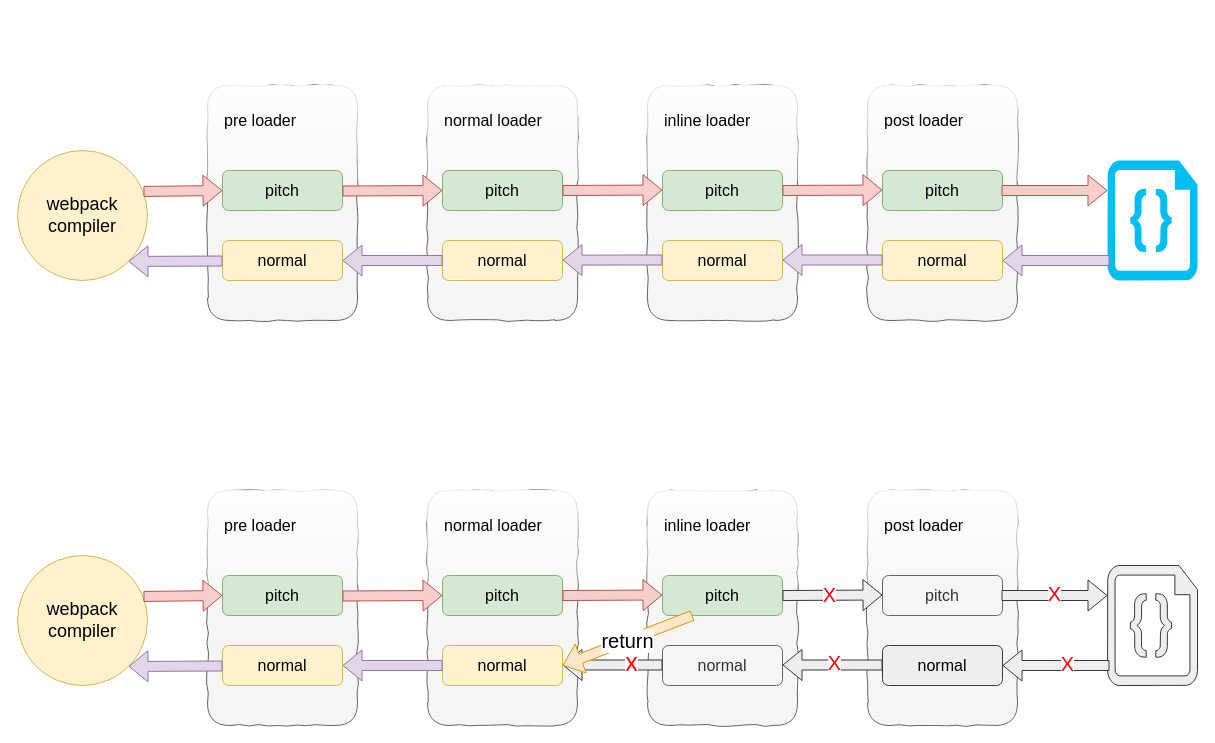
The draw.io diagram page "Page-1" (1 of 3) of docs/notes/webpack/images/webpack-loader.drawio in Rain120/study-notes, before the edit. Source tidied: cells renumbered, new cells numbered last; positions are measured from the earlier drawing's top-left corner, leaving out a move shared by most shapes. Both pictures are drawn from the tidied source at 100%, with x=0, y=0 at pixel (17, 85).
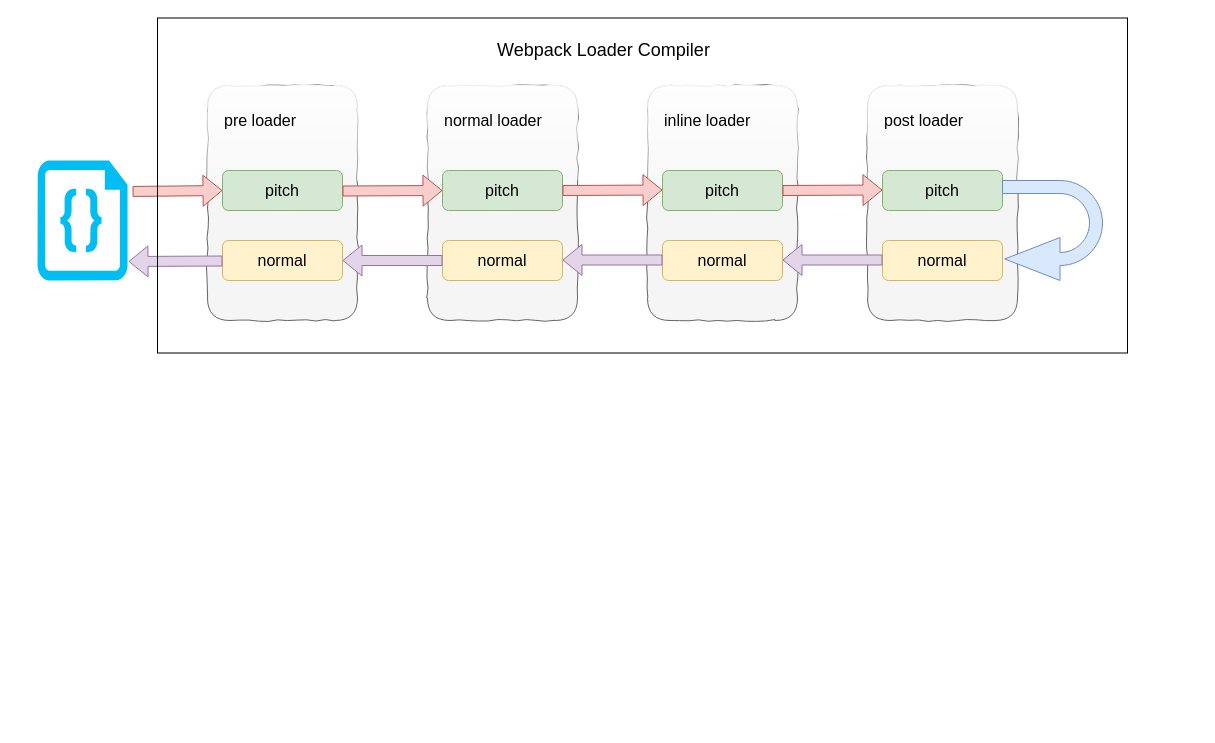
After the change.

Commit message (it also covers changes not shown here):
update: webpack loader

Unchanged cells that the change refers to:
```xml
<mxCell id="6" value="&lt;span style=&quot;font-size: 16px ; white-space: normal&quot;&gt;pitch&lt;/span&gt;" style="rounded=1;whiteSpace=wrap;html=1;fillColor=#d5e8d4;strokeColor=#82b366;" parent="1" vertex="1">
  <mxGeometry x="205" y="85" width="120" height="40" as="geometry" />
</mxCell>
```

The edit, as a diff of the source:
```diff
@@
-    <mxCell id="2" value="&lt;font style=&quot;font-size: 18px&quot;&gt;webpack&lt;br&gt;compiler&lt;/font&gt;" style="ellipse;whiteSpace=wrap;html=1;fillColor=#fff2cc;strokeColor=#d6b656;" parent="1" vertex="1">
-      <mxGeometry y="65" width="130" height="130" as="geometry" />
-    </mxCell>
@@
     <mxCell id="11" style="verticalLabelPosition=bottom;html=1;verticalAlign=top;align=center;strokeColor=none;fillColor=#00BEF2;shape=mxgraph.azure.code_file;" parent="1" vertex="1">
-      <mxGeometry x="1090" y="75" width="90" height="120" as="geometry" />
+      <mxGeometry x="20" y="75" width="90" height="120" as="geometry" />
     </mxCell>
@@
-    <mxCell id="20" style="shape=flexArrow;endArrow=classic;html=1;entryX=0;entryY=0.5;entryDx=0;entryDy=0;exitX=0.969;exitY=0.315;exitDx=0;exitDy=0;exitPerimeter=0;fillColor=#f8cecc;strokeColor=#b85450;" parent="1" edge="1" source="2" target="6">
+    <mxCell id="20" style="shape=flexArrow;endArrow=classic;html=1;entryX=0;entryY=0.5;entryDx=0;entryDy=0;exitX=1.056;exitY=0.258;exitDx=0;exitDy=0;exitPerimeter=0;fillColor=#f8cecc;strokeColor=#b85450;" parent="1" edge="1" source="11" target="6">
       <mxGeometry relative="1" as="geometry" />
     </mxCell>
@@
-    <mxCell id="24" style="shape=flexArrow;endArrow=classic;html=1;exitX=0.969;exitY=0.315;exitDx=0;exitDy=0;exitPerimeter=0;fillColor=#f8cecc;strokeColor=#b85450;" parent="1" edge="1">
-      <mxGeometry relative="1" as="geometry">
-        <mxPoint x="984" y="105" as="sourcePoint" />
-        <mxPoint x="1090" y="105" as="targetPoint" />
-      </mxGeometry>
-    </mxCell>
-    <mxCell id="25" style="shape=flexArrow;endArrow=classic;html=1;exitX=0.969;exitY=0.315;exitDx=0;exitDy=0;exitPerimeter=0;entryX=1;entryY=1;entryDx=0;entryDy=0;fillColor=#e1d5e7;strokeColor=#9673a6;" parent="1" edge="1" target="2">
+    <mxCell id="25" style="shape=flexArrow;endArrow=classic;html=1;exitX=0.969;exitY=0.315;exitDx=0;exitDy=0;exitPerimeter=0;entryX=1;entryY=1;entryDx=0;entryDy=0;fillColor=#e1d5e7;strokeColor=#9673a6;" parent="1" edge="1">
       <mxGeometry relative="1" as="geometry">
         <mxPoint x="205" y="175.5" as="sourcePoint" />
+        <mxPoint x="111" y="176" as="targetPoint" />
       </mxGeometry>
     </mxCell>
@@
     <mxCell id="27" style="shape=flexArrow;endArrow=classic;html=1;entryX=1;entryY=0.5;entryDx=0;entryDy=0;exitX=0.969;exitY=0.315;exitDx=0;exitDy=0;exitPerimeter=0;fillColor=#e1d5e7;strokeColor=#9673a6;" parent="1" edge="1">
       <mxGeometry relative="1" as="geometry">
         <mxPoint x="645" y="174.5" as="sourcePoint" />
-        <mxPoint x="545" y="174.6" as="targetPoint" />
+        <mxPoint x="545" y="174.5" as="targetPoint" />
       </mxGeometry>
     </mxCell>
@@
-    <mxCell id="29" style="shape=flexArrow;endArrow=classic;html=1;entryX=1;entryY=0.5;entryDx=0;entryDy=0;fillColor=#e1d5e7;strokeColor=#9673a6;" parent="1" edge="1">
-      <mxGeometry relative="1" as="geometry">
-        <mxPoint x="1092" y="175" as="sourcePoint" />
-        <mxPoint x="985" y="175" as="targetPoint" />
-      </mxGeometry>
-    </mxCell>
-    <mxCell id="30" value="&lt;font style=&quot;font-size: 18px&quot;&gt;webpack&lt;br&gt;compiler&lt;/font&gt;" style="ellipse;whiteSpace=wrap;html=1;fillColor=#fff2cc;strokeColor=#d6b656;" parent="1" vertex="1">
-      <mxGeometry y="470" width="130" height="130" as="geometry" />
-    </mxCell>
-    <mxCell id="31" style="rounded=1;whiteSpace=wrap;html=1;fillColor=#f5f5f5;strokeColor=#666666;fontColor=#333333;shadow=0;glass=1;comic=1;" parent="1" vertex="1">
-      <mxGeometry x="190" y="405" width="150" height="235" as="geometry" />
-    </mxCell>
-    <mxCell id="32" value="&lt;font style=&quot;font-size: 16px&quot;&gt;normal&lt;/font&gt;" style="rounded=1;whiteSpace=wrap;html=1;fillColor=#fff2cc;strokeColor=#d6b656;" parent="1" vertex="1">
-      <mxGeometry x="205" y="560" width="120" height="40" as="geometry" />
-    </mxCell>
-    <mxCell id="33" value="&lt;font style=&quot;font-size: 16px&quot;&gt;pre loader&lt;/font&gt;" style="text;html=1;strokeColor=none;fillColor=none;align=left;verticalAlign=middle;whiteSpace=wrap;rounded=0;" parent="1" vertex="1">
-      <mxGeometry x="205" y="430" width="105" height="20" as="geometry" />
-    </mxCell>
-    <mxCell id="34" value="&lt;span style=&quot;font-size: 16px ; white-space: normal&quot;&gt;pitch&lt;/span&gt;" style="rounded=1;whiteSpace=wrap;html=1;fillColor=#d5e8d4;strokeColor=#82b366;" parent="1" vertex="1">
-      <mxGeometry x="205" y="490" width="120" height="40" as="geometry" />
-    </mxCell>
-    <mxCell id="35" style="rounded=1;whiteSpace=wrap;html=1;fillColor=#f5f5f5;strokeColor=#666666;fontColor=#333333;shadow=0;glass=1;comic=1;" parent="1" vertex="1">
-      <mxGeometry x="410" y="405" width="150" height="235" as="geometry" />
-    </mxCell>
-    <mxCell id="36" value="&lt;span style=&quot;font-size: 16px ; white-space: normal&quot;&gt;normal&lt;/span&gt;" style="rounded=1;whiteSpace=wrap;html=1;fillColor=#fff2cc;strokeColor=#d6b656;" parent="1" vertex="1">
-      <mxGeometry x="425" y="560" width="120" height="40" as="geometry" />
-    </mxCell>
-    <mxCell id="37" value="&lt;font style=&quot;font-size: 16px&quot;&gt;normal loader&lt;/font&gt;" style="text;html=1;strokeColor=none;fillColor=none;align=left;verticalAlign=middle;whiteSpace=wrap;rounded=0;" parent="1" vertex="1">
-      <mxGeometry x="425" y="430" width="125" height="20" as="geometry" />
-    </mxCell>
-    <mxCell id="38" value="&lt;span style=&quot;font-size: 16px&quot;&gt;pitch&lt;/span&gt;" style="rounded=1;whiteSpace=wrap;html=1;fillColor=#d5e8d4;strokeColor=#82b366;" parent="1" vertex="1">
-      <mxGeometry x="425" y="490" width="120" height="40" as="geometry" />
-    </mxCell>
-    <mxCell id="39" style="verticalLabelPosition=bottom;html=1;verticalAlign=top;align=center;strokeColor=#36393d;fillColor=#eeeeee;shape=mxgraph.azure.code_file;" parent="1" vertex="1">
-      <mxGeometry x="1090" y="480" width="90" height="120" as="geometry" />
-    </mxCell>
-    <mxCell id="40" style="rounded=1;whiteSpace=wrap;html=1;fillColor=#f5f5f5;strokeColor=#666666;fontColor=#333333;shadow=0;glass=1;comic=1;" parent="1" vertex="1">
-      <mxGeometry x="630" y="405" width="150" height="235" as="geometry" />
-    </mxCell>
-    <mxCell id="41" value="&lt;span style=&quot;font-size: 16px&quot;&gt;normal&lt;/span&gt;" style="rounded=1;whiteSpace=wrap;html=1;fillColor=#f5f5f5;strokeColor=#666666;fontColor=#333333;" parent="1" vertex="1">
-      <mxGeometry x="645" y="560" width="120" height="40" as="geometry" />
-    </mxCell>
-    <mxCell id="42" value="&lt;font style=&quot;font-size: 16px&quot;&gt;inline loader&lt;/font&gt;" style="text;html=1;strokeColor=none;fillColor=none;align=left;verticalAlign=middle;whiteSpace=wrap;rounded=0;" parent="1" vertex="1">
-      <mxGeometry x="645" y="430" width="125" height="20" as="geometry" />
-    </mxCell>
-    <mxCell id="43" value="&lt;span style=&quot;font-size: 16px&quot;&gt;pitch&lt;/span&gt;" style="rounded=1;whiteSpace=wrap;html=1;fillColor=#d5e8d4;strokeColor=#82b366;" parent="1" vertex="1">
-      <mxGeometry x="645" y="490" width="120" height="40" as="geometry" />
-    </mxCell>
-    <mxCell id="44" style="rounded=1;whiteSpace=wrap;html=1;fillColor=#f5f5f5;strokeColor=#666666;fontColor=#333333;shadow=0;glass=1;comic=1;" parent="1" vertex="1">
-      <mxGeometry x="850" y="405" width="150" height="235" as="geometry" />
-    </mxCell>
-    <mxCell id="45" value="&lt;span style=&quot;font-size: 16px&quot;&gt;normal&lt;/span&gt;" style="rounded=1;whiteSpace=wrap;html=1;fillColor=#eeeeee;strokeColor=#36393d;" parent="1" vertex="1">
-      <mxGeometry x="865" y="560" width="120" height="40" as="geometry" />
-    </mxCell>
-    <mxCell id="46" value="&lt;font style=&quot;font-size: 16px&quot;&gt;post loader&lt;/font&gt;" style="text;html=1;strokeColor=none;fillColor=none;align=left;verticalAlign=middle;whiteSpace=wrap;rounded=0;" parent="1" vertex="1">
-      <mxGeometry x="865" y="430" width="125" height="20" as="geometry" />
-    </mxCell>
-    <mxCell id="47" value="&lt;span style=&quot;font-size: 16px&quot;&gt;pitch&lt;/span&gt;" style="rounded=1;whiteSpace=wrap;html=1;fillColor=#f5f5f5;strokeColor=#666666;fontColor=#333333;" parent="1" vertex="1">
-      <mxGeometry x="865" y="490" width="120" height="40" as="geometry" />
-    </mxCell>
-    <mxCell id="48" style="shape=flexArrow;endArrow=classic;html=1;entryX=0;entryY=0.5;entryDx=0;entryDy=0;exitX=0.969;exitY=0.315;exitDx=0;exitDy=0;exitPerimeter=0;fillColor=#f8cecc;strokeColor=#b85450;" parent="1" edge="1" source="30" target="34">
-      <mxGeometry relative="1" as="geometry" />
-    </mxCell>
-    <mxCell id="49" style="shape=flexArrow;endArrow=classic;html=1;entryX=0;entryY=0.5;entryDx=0;entryDy=0;exitX=0.969;exitY=0.315;exitDx=0;exitDy=0;exitPerimeter=0;fillColor=#f8cecc;strokeColor=#b85450;" parent="1" edge="1" target="38">
-      <mxGeometry relative="1" as="geometry">
-        <mxPoint x="325" y="510.5" as="sourcePoint" />
-      </mxGeometry>
-    </mxCell>
-    <mxCell id="50" style="shape=flexArrow;endArrow=classic;html=1;entryX=0;entryY=0.5;entryDx=0;entryDy=0;exitX=0.969;exitY=0.315;exitDx=0;exitDy=0;exitPerimeter=0;fillColor=#f8cecc;strokeColor=#b85450;" parent="1" edge="1">
-      <mxGeometry relative="1" as="geometry">
-        <mxPoint x="545" y="510" as="sourcePoint" />
-        <mxPoint x="645" y="509.5" as="targetPoint" />
-      </mxGeometry>
-    </mxCell>
-    <mxCell id="51" style="shape=flexArrow;endArrow=classic;html=1;entryX=0;entryY=0.5;entryDx=0;entryDy=0;exitX=0.969;exitY=0.315;exitDx=0;exitDy=0;exitPerimeter=0;fillColor=#eeeeee;strokeColor=#36393d;" parent="1" edge="1">
-      <mxGeometry relative="1" as="geometry">
-        <mxPoint x="765" y="510" as="sourcePoint" />
-        <mxPoint x="865" y="509.5" as="targetPoint" />
-      </mxGeometry>
-    </mxCell>
-    <mxCell id="52" value="&lt;font style=&quot;font-size: 20px&quot; color=&quot;#ff0000&quot;&gt;X&lt;/font&gt;" style="text;html=1;align=center;verticalAlign=middle;labelBackgroundColor=#ffffff;" parent="51" vertex="1">
-      <mxGeometry x="-0.07" y="1" relative="1" as="geometry" />
-    </mxCell>
-    <mxCell id="53" style="shape=flexArrow;endArrow=classic;html=1;exitX=0.969;exitY=0.315;exitDx=0;exitDy=0;exitPerimeter=0;fillColor=#eeeeee;strokeColor=#36393d;" parent="1" edge="1">
-      <mxGeometry relative="1" as="geometry">
-        <mxPoint x="984" y="510" as="sourcePoint" />
-        <mxPoint x="1090" y="510" as="targetPoint" />
-      </mxGeometry>
-    </mxCell>
-    <mxCell id="54" value="&lt;font style=&quot;font-size: 20px&quot; color=&quot;#ff0000&quot;&gt;X&lt;/font&gt;" style="text;html=1;align=center;verticalAlign=middle;labelBackgroundColor=#ffffff;" parent="53" vertex="1">
-      <mxGeometry x="-0.04" y="3" relative="1" as="geometry">
-        <mxPoint x="1" as="offset" />
-      </mxGeometry>
-    </mxCell>
-    <mxCell id="55" style="shape=flexArrow;endArrow=classic;html=1;exitX=0.969;exitY=0.315;exitDx=0;exitDy=0;exitPerimeter=0;entryX=1;entryY=1;entryDx=0;entryDy=0;fillColor=#e1d5e7;strokeColor=#9673a6;" parent="1" edge="1" target="30">
-      <mxGeometry relative="1" as="geometry">
-        <mxPoint x="205" y="580.5" as="sourcePoint" />
-      </mxGeometry>
-    </mxCell>
-    <mxCell id="56" style="shape=flexArrow;endArrow=classic;html=1;entryX=1;entryY=0.5;entryDx=0;entryDy=0;exitX=0.969;exitY=0.315;exitDx=0;exitDy=0;exitPerimeter=0;fillColor=#e1d5e7;strokeColor=#9673a6;" parent="1" edge="1" target="32">
-      <mxGeometry relative="1" as="geometry">
-        <mxPoint x="425" y="580" as="sourcePoint" />
-      </mxGeometry>
-    </mxCell>
-    <mxCell id="57" style="shape=flexArrow;endArrow=classic;html=1;entryX=1;entryY=0.5;entryDx=0;entryDy=0;exitX=0.969;exitY=0.315;exitDx=0;exitDy=0;exitPerimeter=0;fillColor=#eeeeee;strokeColor=#36393d;" parent="1" edge="1">
-      <mxGeometry relative="1" as="geometry">
-        <mxPoint x="645" y="579.5" as="sourcePoint" />
-        <mxPoint x="545" y="579.5" as="targetPoint" />
-      </mxGeometry>
-    </mxCell>
-    <mxCell id="58" value="&lt;font style=&quot;font-size: 25px&quot; color=&quot;#ff0000&quot;&gt;x&lt;/font&gt;" style="text;html=1;align=center;verticalAlign=middle;labelBackgroundColor=#ffffff;" parent="57" vertex="1">
-      <mxGeometry x="-0.36" y="-4" relative="1" as="geometry" />
-    </mxCell>
-    <mxCell id="59" style="shape=flexArrow;endArrow=classic;html=1;entryX=1;entryY=0.5;entryDx=0;entryDy=0;exitX=0.969;exitY=0.315;exitDx=0;exitDy=0;exitPerimeter=0;fillColor=#eeeeee;strokeColor=#36393d;" parent="1" edge="1">
-      <mxGeometry relative="1" as="geometry">
-        <mxPoint x="865" y="579.5" as="sourcePoint" />
-        <mxPoint x="765" y="579.5" as="targetPoint" />
-      </mxGeometry>
-    </mxCell>
-    <mxCell id="60" style="text;html=1;align=center;verticalAlign=middle;labelBackgroundColor=#ffffff;" parent="59" vertex="1">
-      <mxGeometry x="-0.09" y="1" relative="1" as="geometry" />
-    </mxCell>
-    <mxCell id="61" value="&lt;font style=&quot;font-size: 20px&quot; color=&quot;#ff0000&quot;&gt;X&lt;/font&gt;" style="text;html=1;align=center;verticalAlign=middle;labelBackgroundColor=#ffffff;" parent="59" vertex="1">
-      <mxGeometry x="-0.03" y="-3" relative="1" as="geometry" />
-    </mxCell>
-    <mxCell id="62" style="shape=flexArrow;endArrow=classic;html=1;entryX=1;entryY=0.5;entryDx=0;entryDy=0;fillColor=#eeeeee;strokeColor=#36393d;" parent="1" edge="1">
-      <mxGeometry relative="1" as="geometry">
-        <mxPoint x="1092" y="580" as="sourcePoint" />
-        <mxPoint x="985" y="580" as="targetPoint" />
-      </mxGeometry>
-    </mxCell>
-    <mxCell id="63" value="&lt;font style=&quot;font-size: 20px&quot; color=&quot;#ff0000&quot;&gt;X&lt;/font&gt;" style="text;html=1;align=center;verticalAlign=middle;labelBackgroundColor=#ffffff;" parent="62" vertex="1">
-      <mxGeometry x="-0.21" y="-3" relative="1" as="geometry">
-        <mxPoint x="-1" as="offset" />
-      </mxGeometry>
-    </mxCell>
-    <mxCell id="64" value="&lt;font style=&quot;font-size: 20px&quot;&gt;return&lt;/font&gt;" style="shape=flexArrow;endArrow=classic;html=1;exitX=0.25;exitY=1;exitDx=0;exitDy=0;entryX=1;entryY=0.5;entryDx=0;entryDy=0;fillColor=#ffe6cc;strokeColor=#d79b00;" parent="1" edge="1" source="43" target="36">
-      <mxGeometry relative="1" as="geometry" />
-    </mxCell>
+    <mxCell id="65" style="rounded=0;whiteSpace=wrap;html=1;fillColor=none;" parent="1" vertex="1">
+      <mxGeometry x="140" y="-67.5" width="970" height="335" as="geometry" />
+    </mxCell>
+    <mxCell id="66" value="&lt;span style=&quot;font-size: 18px&quot;&gt;Webpack Loader&amp;nbsp;&lt;/span&gt;&lt;span style=&quot;font-size: 18px&quot;&gt;Compiler&lt;/span&gt;" style="text;html=1;strokeColor=none;fillColor=none;align=center;verticalAlign=middle;whiteSpace=wrap;rounded=0;" parent="1" vertex="1">
+      <mxGeometry x="374" y="-55" width="425" height="40" as="geometry" />
+    </mxCell>
+    <mxCell id="67" style="html=1;shadow=0;align=center;verticalAlign=middle;shape=mxgraph.arrows2.uTurnArrow;dy=6.5;arrowHead=43;dx2=55.25;fillColor=#dae8fc;rotation=-180;strokeColor=#6c8ebf;" parent="1" vertex="1">
+      <mxGeometry x="985" y="95" width="100" height="100" as="geometry" />
+    </mxCell>
```
